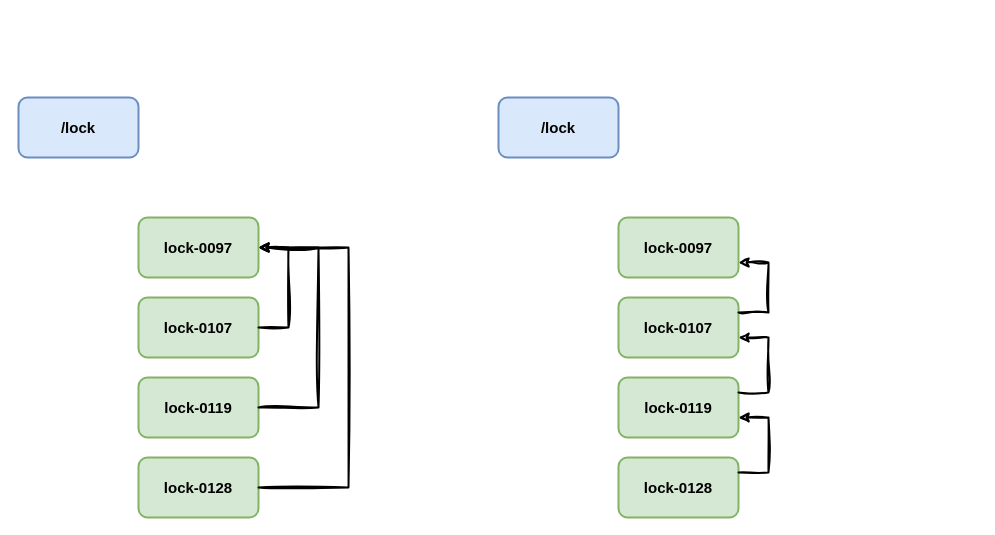
This is distributed/zk-distribute-lock.drawio from donscoco/diagrams, a draw.io file, before an edit. Source tidied: cells renumbered, new cells numbered last; positions are measured from the earlier drawing's top-left corner, leaving out a move shared by most shapes. Both pictures are drawn from the tidied source at 100%, with x=0, y=0 at pixel (18, 97).
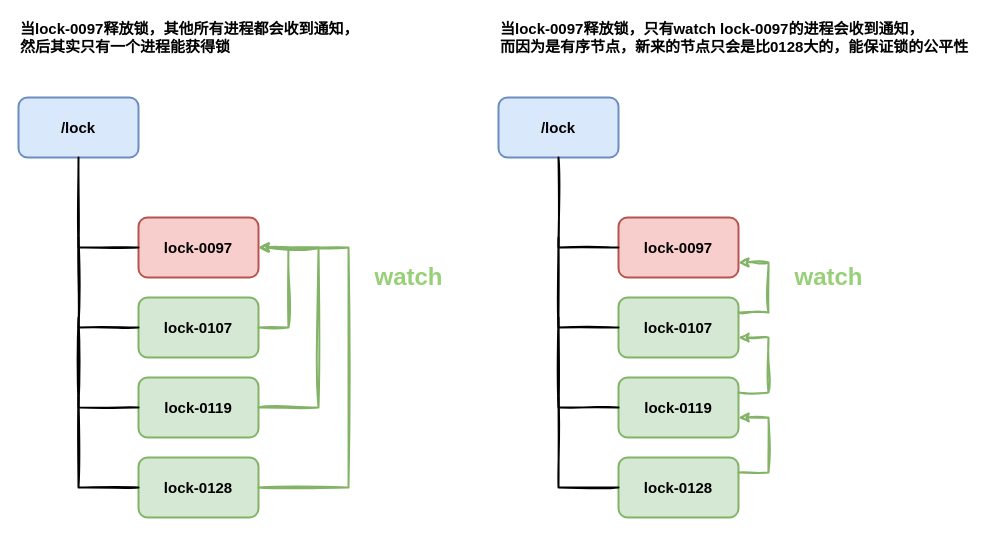
The same page after the edit.

Unchanged cells that the change refers to:
```xml
<mxCell id="2" value="/lock" style="rounded=1;whiteSpace=wrap;html=1;strokeWidth=2;fillWeight=4;hachureGap=8;hachureAngle=45;fillColor=#dae8fc;strokeColor=#6c8ebf;fontSize=15;fontStyle=1;" parent="1" vertex="1">
  <mxGeometry width="120" height="60" as="geometry" />
</mxCell>
<mxCell id="4" value="&lt;span style=&quot;font-size: 15px; font-weight: 700;&quot;&gt;lock-0107&lt;/span&gt;" style="rounded=1;whiteSpace=wrap;html=1;strokeWidth=2;fillWeight=4;hachureGap=8;hachureAngle=45;fillColor=#d5e8d4;strokeColor=#82b366;" parent="1" vertex="1">
  <mxGeometry x="120" y="200" width="120" height="60" as="geometry" />
</mxCell>
<mxCell id="5" value="&lt;span style=&quot;font-size: 15px; font-weight: 700;&quot;&gt;lock-0119&lt;/span&gt;" style="rounded=1;whiteSpace=wrap;html=1;strokeWidth=2;fillWeight=4;hachureGap=8;hachureAngle=45;fillColor=#d5e8d4;strokeColor=#82b366;" parent="1" vertex="1">
  <mxGeometry x="120" y="280" width="120" height="60" as="geometry" />
</mxCell>
<mxCell id="6" value="&lt;span style=&quot;font-size: 15px; font-weight: 700;&quot;&gt;lock-0128&lt;/span&gt;" style="rounded=1;whiteSpace=wrap;html=1;strokeWidth=2;fillWeight=4;hachureGap=8;hachureAngle=45;fillColor=#d5e8d4;strokeColor=#82b366;" parent="1" vertex="1">
  <mxGeometry x="120" y="360" width="120" height="60" as="geometry" />
</mxCell>
<mxCell id="12" value="&lt;span style=&quot;font-size: 15px; font-weight: 700;&quot;&gt;lock-0107&lt;/span&gt;" style="rounded=1;whiteSpace=wrap;html=1;strokeWidth=2;fillWeight=4;hachureGap=8;hachureAngle=45;fillColor=#d5e8d4;strokeColor=#82b366;" parent="1" vertex="1">
  <mxGeometry x="600" y="200" width="120" height="60" as="geometry" />
</mxCell>
<mxCell id="13" value="&lt;span style=&quot;font-size: 15px; font-weight: 700;&quot;&gt;lock-0119&lt;/span&gt;" style="rounded=1;whiteSpace=wrap;html=1;strokeWidth=2;fillWeight=4;hachureGap=8;hachureAngle=45;fillColor=#d5e8d4;strokeColor=#82b366;" parent="1" vertex="1">
  <mxGeometry x="600" y="280" width="120" height="60" as="geometry" />
</mxCell>
```

The edit, as a diff of the source:
```diff
@@
-    <mxCell id="3" value="lock-0097" style="rounded=1;whiteSpace=wrap;html=1;strokeWidth=2;fillWeight=4;hachureGap=8;hachureAngle=45;fillColor=#d5e8d4;strokeColor=#82b366;fontSize=15;fontStyle=1;" parent="1" vertex="1">
+    <mxCell id="3" value="lock-0097" style="rounded=1;whiteSpace=wrap;html=1;strokeWidth=2;fillWeight=4;hachureGap=8;hachureAngle=45;fillColor=#f8cecc;strokeColor=#b85450;fontSize=15;fontStyle=1;" parent="1" vertex="1">
       <mxGeometry x="120" y="120" width="120" height="60" as="geometry" />
     </mxCell>
@@
-    <mxCell id="8" style="endArrow=classic;html=1;rounded=0;sketch=1;curveFitting=1;jiggle=2;strokeWidth=2;exitX=1;exitY=0.5;exitDx=0;exitDy=0;entryX=1;entryY=0.5;entryDx=0;entryDy=0;" parent="1" edge="1" source="4" target="3">
+    <mxCell id="8" style="endArrow=classic;html=1;rounded=0;sketch=1;curveFitting=1;jiggle=2;strokeWidth=2;exitX=1;exitY=0.5;exitDx=0;exitDy=0;entryX=1;entryY=0.5;entryDx=0;entryDy=0;fillColor=#d5e8d4;strokeColor=#82b366;" parent="1" edge="1" source="4" target="3">
       <mxGeometry relative="1" as="geometry">
         <Array as="points">
           <mxPoint x="270" y="230" />
           <mxPoint x="270" y="150" />
         </Array>
       </mxGeometry>
     </mxCell>
-    <mxCell id="9" style="endArrow=classic;html=1;rounded=0;sketch=1;curveFitting=1;jiggle=2;strokeWidth=2;exitX=1;exitY=0.5;exitDx=0;exitDy=0;" parent="1" edge="1" source="5">
+    <mxCell id="9" style="endArrow=classic;html=1;rounded=0;sketch=1;curveFitting=1;jiggle=2;strokeWidth=2;exitX=1;exitY=0.5;exitDx=0;exitDy=0;fillColor=#d5e8d4;strokeColor=#82b366;" parent="1" edge="1" source="5">
       <mxGeometry relative="1" as="geometry">
         <mxPoint x="240" y="150" as="targetPoint" />
         <Array as="points">
           <mxPoint x="300" y="310" />
           <mxPoint x="300" y="150" />
         </Array>
       </mxGeometry>
     </mxCell>
-    <mxCell id="10" style="endArrow=classic;html=1;rounded=0;sketch=1;curveFitting=1;jiggle=2;strokeWidth=2;exitX=1;exitY=0.5;exitDx=0;exitDy=0;" parent="1" edge="1" source="6">
+    <mxCell id="10" style="endArrow=classic;html=1;rounded=0;sketch=1;curveFitting=1;jiggle=2;strokeWidth=2;exitX=1;exitY=0.5;exitDx=0;exitDy=0;fillColor=#d5e8d4;strokeColor=#82b366;" parent="1" edge="1" source="6">
       <mxGeometry relative="1" as="geometry">
         <mxPoint x="240" y="150" as="targetPoint" />
         <Array as="points">
           <mxPoint x="330" y="390" />
           <mxPoint x="330" y="150" />
         </Array>
       </mxGeometry>
     </mxCell>
-    <mxCell id="11" value="lock-0097" style="rounded=1;whiteSpace=wrap;html=1;strokeWidth=2;fillWeight=4;hachureGap=8;hachureAngle=45;fillColor=#d5e8d4;strokeColor=#82b366;fontSize=15;fontStyle=1;" parent="1" vertex="1">
+    <mxCell id="11" value="lock-0097" style="rounded=1;whiteSpace=wrap;html=1;strokeWidth=2;fillWeight=4;hachureGap=8;hachureAngle=45;fillColor=#f8cecc;strokeColor=#b85450;fontSize=15;fontStyle=1;" parent="1" vertex="1">
       <mxGeometry x="600" y="120" width="120" height="60" as="geometry" />
     </mxCell>
@@
-    <mxCell id="15" style="endArrow=classic;html=1;rounded=0;sketch=1;curveFitting=1;jiggle=2;strokeWidth=2;exitX=1;exitY=0.25;exitDx=0;exitDy=0;entryX=1;entryY=0.75;entryDx=0;entryDy=0;" parent="1" edge="1" source="12" target="11">
+    <mxCell id="15" style="endArrow=classic;html=1;rounded=0;sketch=1;curveFitting=1;jiggle=2;strokeWidth=2;exitX=1;exitY=0.25;exitDx=0;exitDy=0;entryX=1;entryY=0.75;entryDx=0;entryDy=0;fillColor=#d5e8d4;strokeColor=#82b366;" parent="1" edge="1" source="12" target="11">
       <mxGeometry x="0.43" y="-440" relative="1" as="geometry">
         <Array as="points">
           <mxPoint x="750" y="215" />
           <mxPoint x="750" y="165" />
         </Array>
       </mxGeometry>
     </mxCell>
-    <mxCell id="16" style="endArrow=classic;html=1;rounded=0;sketch=1;curveFitting=1;jiggle=2;strokeWidth=2;exitX=1;exitY=0.25;exitDx=0;exitDy=0;entryX=1;entryY=0.5;entryDx=0;entryDy=0;" parent="1" edge="1" source="13">
+    <mxCell id="16" style="endArrow=classic;html=1;rounded=0;sketch=1;curveFitting=1;jiggle=2;strokeWidth=2;exitX=1;exitY=0.25;exitDx=0;exitDy=0;entryX=1;entryY=0.5;entryDx=0;entryDy=0;fillColor=#d5e8d4;strokeColor=#82b366;" parent="1" edge="1" source="13">
       <mxGeometry x="0.43" y="-440" relative="1" as="geometry">
         <mxPoint x="720" y="240" as="targetPoint" />
         <Array as="points">
           <mxPoint x="750" y="295" />
           <mxPoint x="750" y="240" />
         </Array>
       </mxGeometry>
     </mxCell>
-    <mxCell id="17" style="endArrow=classic;html=1;rounded=0;sketch=1;curveFitting=1;jiggle=2;strokeWidth=2;exitX=1;exitY=0.25;exitDx=0;exitDy=0;entryX=1;entryY=0.5;entryDx=0;entryDy=0;" parent="1" edge="1">
+    <mxCell id="17" style="endArrow=classic;html=1;rounded=0;sketch=1;curveFitting=1;jiggle=2;strokeWidth=2;exitX=1;exitY=0.25;exitDx=0;exitDy=0;entryX=1;entryY=0.5;entryDx=0;entryDy=0;fillColor=#d5e8d4;strokeColor=#82b366;" parent="1" edge="1">
       <mxGeometry x="0.43" y="-440" relative="1" as="geometry">
         <mxPoint x="720" y="375" as="sourcePoint" />
         <mxPoint x="720" y="320" as="targetPoint" />
         <Array as="points">
           <mxPoint x="750" y="375" />
           <mxPoint x="750" y="320" />
         </Array>
       </mxGeometry>
     </mxCell>
+    <mxCell id="18" style="endArrow=none;html=1;rounded=0;sketch=1;strokeWidth=2;fontSize=15;entryX=0.5;entryY=1;entryDx=0;entryDy=0;exitX=0;exitY=0.5;exitDx=0;exitDy=0;" parent="1" edge="1" source="3" target="2">
+      <mxGeometry relative="1" as="geometry">
+        <Array as="points">
+          <mxPoint x="60" y="150" />
+        </Array>
+      </mxGeometry>
+    </mxCell>
+    <mxCell id="19" style="endArrow=none;html=1;rounded=0;sketch=1;strokeWidth=2;fontSize=15;entryX=0.5;entryY=1;entryDx=0;entryDy=0;exitX=0;exitY=0.5;exitDx=0;exitDy=0;" parent="1" edge="1">
+      <mxGeometry relative="1" as="geometry">
+        <mxPoint x="120" y="230" as="sourcePoint" />
+        <mxPoint x="60" y="140" as="targetPoint" />
+        <Array as="points">
+          <mxPoint x="60" y="230" />
+        </Array>
+      </mxGeometry>
+    </mxCell>
+    <mxCell id="20" style="endArrow=none;html=1;rounded=0;sketch=1;strokeWidth=2;fontSize=15;entryX=0.5;entryY=1;entryDx=0;entryDy=0;exitX=0;exitY=0.5;exitDx=0;exitDy=0;" parent="1" edge="1">
+      <mxGeometry relative="1" as="geometry">
+        <mxPoint x="120" y="310" as="sourcePoint" />
+        <mxPoint x="60" y="220" as="targetPoint" />
+        <Array as="points">
+          <mxPoint x="60" y="310" />
+        </Array>
+      </mxGeometry>
+    </mxCell>
+    <mxCell id="21" style="endArrow=none;html=1;rounded=0;sketch=1;strokeWidth=2;fontSize=15;entryX=0.5;entryY=1;entryDx=0;entryDy=0;exitX=0;exitY=0.5;exitDx=0;exitDy=0;" parent="1" edge="1">
+      <mxGeometry relative="1" as="geometry">
+        <mxPoint x="120" y="390" as="sourcePoint" />
+        <mxPoint x="60" y="300" as="targetPoint" />
+        <Array as="points">
+          <mxPoint x="60" y="390" />
+        </Array>
+      </mxGeometry>
+    </mxCell>
+    <mxCell id="22" style="endArrow=none;html=1;rounded=0;sketch=1;strokeWidth=2;fontSize=15;entryX=0.5;entryY=1;entryDx=0;entryDy=0;exitX=0;exitY=0.5;exitDx=0;exitDy=0;" parent="1" edge="1">
+      <mxGeometry relative="1" as="geometry">
+        <mxPoint x="600" y="150" as="sourcePoint" />
+        <mxPoint x="540" y="60" as="targetPoint" />
+        <Array as="points">
+          <mxPoint x="540" y="150" />
+        </Array>
+      </mxGeometry>
+    </mxCell>
+    <mxCell id="23" style="endArrow=none;html=1;rounded=0;sketch=1;strokeWidth=2;fontSize=15;entryX=0.5;entryY=1;entryDx=0;entryDy=0;exitX=0;exitY=0.5;exitDx=0;exitDy=0;" parent="1" edge="1">
+      <mxGeometry relative="1" as="geometry">
+        <mxPoint x="600" y="230" as="sourcePoint" />
+        <mxPoint x="540" y="140" as="targetPoint" />
+        <Array as="points">
+          <mxPoint x="540" y="230" />
+        </Array>
+      </mxGeometry>
+    </mxCell>
+    <mxCell id="24" style="endArrow=none;html=1;rounded=0;sketch=1;strokeWidth=2;fontSize=15;entryX=0.5;entryY=1;entryDx=0;entryDy=0;exitX=0;exitY=0.5;exitDx=0;exitDy=0;" parent="1" edge="1">
+      <mxGeometry relative="1" as="geometry">
+        <mxPoint x="600" y="310" as="sourcePoint" />
+        <mxPoint x="540" y="220" as="targetPoint" />
+        <Array as="points">
+          <mxPoint x="540" y="310" />
+        </Array>
+      </mxGeometry>
+    </mxCell>
+    <mxCell id="25" style="endArrow=none;html=1;rounded=0;sketch=1;strokeWidth=2;fontSize=15;entryX=0.5;entryY=1;entryDx=0;entryDy=0;exitX=0;exitY=0.5;exitDx=0;exitDy=0;" parent="1" edge="1">
+      <mxGeometry relative="1" as="geometry">
+        <mxPoint x="600" y="390" as="sourcePoint" />
+        <mxPoint x="540" y="300" as="targetPoint" />
+        <Array as="points">
+          <mxPoint x="540" y="390" />
+        </Array>
+      </mxGeometry>
+    </mxCell>
+    <mxCell id="26" value="当lock-0097释放锁，其他所有进程都会收到通知，&lt;br&gt;然后其实只有一个进程能获得锁" style="text;strokeColor=none;fillColor=none;html=1;fontSize=15;fontStyle=1;verticalAlign=middle;align=left;sketch=0;" parent="1" vertex="1">
+      <mxGeometry y="-80" width="360" height="40" as="geometry" />
+    </mxCell>
+    <mxCell id="27" value="当lock-0097释放锁，只有watch lock-0097的进程会收到通知，&lt;br&gt;而因为是有序节点，新来的节点只会是比0128大的，能保证锁的公平性" style="text;strokeColor=none;fillColor=none;html=1;fontSize=15;fontStyle=1;verticalAlign=middle;align=left;sketch=0;" parent="1" vertex="1">
+      <mxGeometry x="480" y="-80" width="480" height="40" as="geometry" />
+    </mxCell>
+    <mxCell id="28" value="watch" style="text;strokeColor=none;fillColor=none;html=1;fontSize=24;fontStyle=1;verticalAlign=middle;align=center;sketch=0;fontColor=#97D077;" parent="1" vertex="1">
+      <mxGeometry x="340" y="160" width="100" height="40" as="geometry" />
+    </mxCell>
+    <mxCell id="29" value="watch" style="text;strokeColor=none;fillColor=none;html=1;fontSize=24;fontStyle=1;verticalAlign=middle;align=center;sketch=0;fontColor=#97D077;" parent="1" vertex="1">
+      <mxGeometry x="760" y="160" width="100" height="40" as="geometry" />
+    </mxCell>
```
